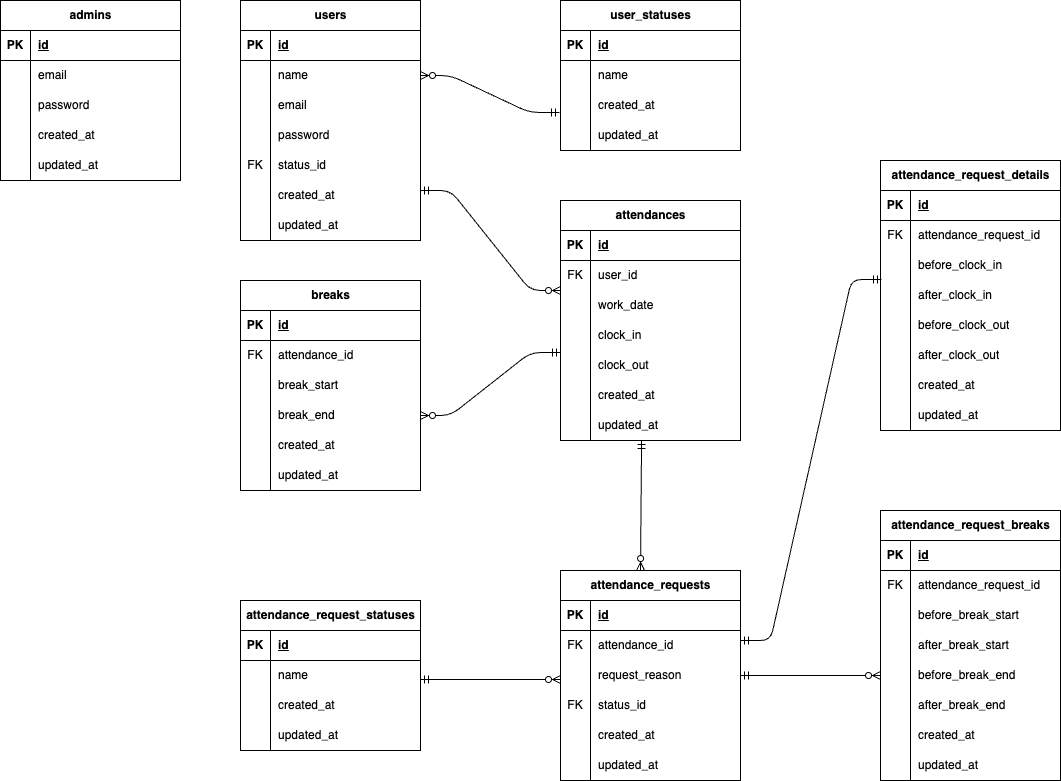
Before: docs/er-diagram.png, a diagram exported from draw.io (yurikoUe/time-attendance-management-app). Source tidied: cells renumbered, new cells last; positions are measured from the earlier drawing's top-left corner, leaving out a move shared by most shapes.
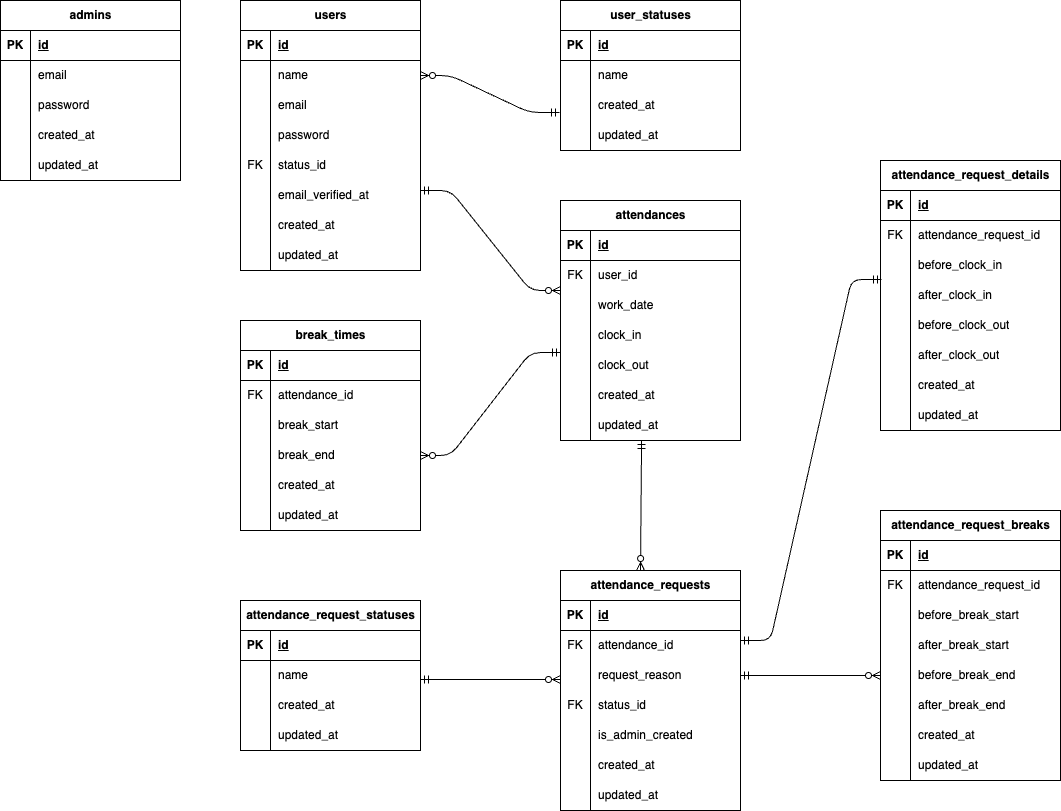
The same diagram one commit later.

Diff of the diagram source:
```diff
@@ -51,7 +51,7 @@
       <mxGeometry x="30" width="150" height="30" as="geometry" />
     </mxCell>
     <mxCell id="18" value="users" style="shape=table;startSize=30;rowLines=0;fontStyle=1;align=center;html=1;" parent="1" vertex="1">
-      <mxGeometry x="240" width="180" height="240" as="geometry" />
+      <mxGeometry x="240" width="180" height="270" as="geometry" />
     </mxCell>
     <mxCell id="19" style="shape=tableRow;horizontal=0;startSize=0;swimlaneHead=0;swimlaneBody=0;fillColor=none;top=0;left=0;right=0;bottom=1;" parent="18" vertex="1">
       <mxGeometry y="30" width="180" height="30" as="geometry" />
@@ -104,7 +104,7 @@
     <mxCell id="35" style="shape=partialRectangle;fillColor=none;top=0;left=0;bottom=0;right=0;overflow=hidden;whiteSpace=wrap;html=1;" parent="34" vertex="1">
       <mxGeometry width="30" height="30" as="geometry" />
     </mxCell>
-    <mxCell id="36" value="created_at" style="shape=partialRectangle;fillColor=none;top=0;left=0;bottom=0;right=0;align=left;spacingLeft=6;overflow=hidden;whiteSpace=wrap;html=1;" parent="34" vertex="1">
+    <mxCell id="36" value="email_verified_at" style="shape=partialRectangle;fillColor=none;top=0;left=0;bottom=0;right=0;align=left;spacingLeft=6;overflow=hidden;whiteSpace=wrap;html=1;" parent="34" vertex="1">
       <mxGeometry x="30" width="150" height="30" as="geometry" />
     </mxCell>
     <mxCell id="37" style="shape=tableRow;horizontal=0;startSize=0;swimlaneHead=0;swimlaneBody=0;fillColor=none;top=0;left=0;right=0;bottom=0;" parent="18" vertex="1">
@@ -113,9 +113,18 @@
     <mxCell id="38" style="shape=partialRectangle;fillColor=none;top=0;left=0;bottom=0;right=0;overflow=hidden;whiteSpace=wrap;html=1;" parent="37" vertex="1">
       <mxGeometry width="30" height="30" as="geometry" />
     </mxCell>
-    <mxCell id="39" value="updated_at" style="shape=partialRectangle;fillColor=none;top=0;left=0;bottom=0;right=0;align=left;spacingLeft=6;overflow=hidden;whiteSpace=wrap;html=1;" parent="37" vertex="1">
+    <mxCell id="39" value="created_at" style="shape=partialRectangle;fillColor=none;top=0;left=0;bottom=0;right=0;align=left;spacingLeft=6;overflow=hidden;whiteSpace=wrap;html=1;" parent="37" vertex="1">
       <mxGeometry x="30" width="150" height="30" as="geometry" />
     </mxCell>
+    <mxCell id="183" style="shape=tableRow;horizontal=0;startSize=0;swimlaneHead=0;swimlaneBody=0;fillColor=none;top=0;left=0;right=0;bottom=0;" parent="18" vertex="1">
+      <mxGeometry y="240" width="180" height="30" as="geometry" />
+    </mxCell>
+    <mxCell id="184" style="shape=partialRectangle;fillColor=none;top=0;left=0;bottom=0;right=0;overflow=hidden;whiteSpace=wrap;html=1;" parent="183" vertex="1">
+      <mxGeometry width="30" height="30" as="geometry" />
+    </mxCell>
+    <mxCell id="185" value="updated_at" style="shape=partialRectangle;fillColor=none;top=0;left=0;bottom=0;right=0;align=left;spacingLeft=6;overflow=hidden;whiteSpace=wrap;html=1;" parent="183" vertex="1">
+      <mxGeometry x="30" width="150" height="30" as="geometry" />
+    </mxCell>
     <mxCell id="40" value="user_statuses" style="shape=table;startSize=30;rowLines=0;fontStyle=1;align=center;html=1;" parent="1" vertex="1">
       <mxGeometry x="560" width="180" height="150" as="geometry" />
     </mxCell>
@@ -221,8 +230,8 @@
     <mxCell id="74" value="updated_at" style="shape=partialRectangle;fillColor=none;top=0;left=0;bottom=0;right=0;align=left;spacingLeft=6;overflow=hidden;whiteSpace=wrap;html=1;" parent="72" vertex="1">
       <mxGeometry x="30" width="150" height="30" as="geometry" />
     </mxCell>
-    <mxCell id="75" value="breaks" style="shape=table;startSize=30;rowLines=0;fontStyle=1;align=center;html=1;" parent="1" vertex="1">
-      <mxGeometry x="240" y="280" width="180" height="210" as="geometry" />
+    <mxCell id="75" value="break_times" style="shape=table;startSize=30;rowLines=0;fontStyle=1;align=center;html=1;" parent="1" vertex="1">
+      <mxGeometry x="240" y="320" width="180" height="210" as="geometry" />
     </mxCell>
     <mxCell id="76" style="shape=tableRow;horizontal=0;startSize=0;swimlaneHead=0;swimlaneBody=0;fillColor=none;top=0;left=0;right=0;bottom=1;" parent="75" vertex="1">
       <mxGeometry y="30" width="180" height="30" as="geometry" />
@@ -279,7 +288,7 @@
       <mxGeometry x="30" width="150" height="30" as="geometry" />
     </mxCell>
     <mxCell id="94" value="attendance_requests" style="shape=table;startSize=30;rowLines=0;fontStyle=1;align=center;html=1;" parent="1" vertex="1">
-      <mxGeometry x="560" y="570" width="180" height="210" as="geometry" />
+      <mxGeometry x="560" y="570" width="180" height="240" as="geometry" />
     </mxCell>
     <mxCell id="95" style="shape=tableRow;horizontal=0;startSize=0;swimlaneHead=0;swimlaneBody=0;fillColor=none;top=0;left=0;right=0;bottom=1;" parent="94" vertex="1">
       <mxGeometry y="30" width="180" height="30" as="geometry" />
@@ -323,7 +332,7 @@
     <mxCell id="108" style="shape=partialRectangle;fillColor=none;top=0;left=0;bottom=0;right=0;overflow=hidden;whiteSpace=wrap;html=1;" parent="107" vertex="1">
       <mxGeometry width="30" height="30" as="geometry" />
     </mxCell>
-    <mxCell id="109" value="created_at" style="shape=partialRectangle;fillColor=none;top=0;left=0;bottom=0;right=0;align=left;spacingLeft=6;overflow=hidden;whiteSpace=wrap;html=1;" parent="107" vertex="1">
+    <mxCell id="109" value="is_admin_created" style="shape=partialRectangle;fillColor=none;top=0;left=0;bottom=0;right=0;align=left;spacingLeft=6;overflow=hidden;whiteSpace=wrap;html=1;" parent="107" vertex="1">
       <mxGeometry x="30" width="150" height="30" as="geometry" />
     </mxCell>
     <mxCell id="110" style="shape=tableRow;horizontal=0;startSize=0;swimlaneHead=0;swimlaneBody=0;fillColor=none;top=0;left=0;right=0;bottom=0;" parent="94" vertex="1">
@@ -332,9 +341,18 @@
     <mxCell id="111" style="shape=partialRectangle;fillColor=none;top=0;left=0;bottom=0;right=0;overflow=hidden;whiteSpace=wrap;html=1;" parent="110" vertex="1">
       <mxGeometry width="30" height="30" as="geometry" />
     </mxCell>
-    <mxCell id="112" value="updated_at" style="shape=partialRectangle;fillColor=none;top=0;left=0;bottom=0;right=0;align=left;spacingLeft=6;overflow=hidden;whiteSpace=wrap;html=1;" parent="110" vertex="1">
+    <mxCell id="112" value="created_at" style="shape=partialRectangle;fillColor=none;top=0;left=0;bottom=0;right=0;align=left;spacingLeft=6;overflow=hidden;whiteSpace=wrap;html=1;" parent="110" vertex="1">
       <mxGeometry x="30" width="150" height="30" as="geometry" />
     </mxCell>
+    <mxCell id="186" style="shape=tableRow;horizontal=0;startSize=0;swimlaneHead=0;swimlaneBody=0;fillColor=none;top=0;left=0;right=0;bottom=0;" parent="94" vertex="1">
+      <mxGeometry y="210" width="180" height="30" as="geometry" />
+    </mxCell>
+    <mxCell id="187" style="shape=partialRectangle;fillColor=none;top=0;left=0;bottom=0;right=0;overflow=hidden;whiteSpace=wrap;html=1;" parent="186" vertex="1">
+      <mxGeometry width="30" height="30" as="geometry" />
+    </mxCell>
+    <mxCell id="188" value="updated_at" style="shape=partialRectangle;fillColor=none;top=0;left=0;bottom=0;right=0;align=left;spacingLeft=6;overflow=hidden;whiteSpace=wrap;html=1;" parent="186" vertex="1">
+      <mxGeometry x="30" width="150" height="30" as="geometry" />
+    </mxCell>
     <mxCell id="113" value="attendance_request_statuses" style="shape=table;startSize=30;rowLines=0;fontStyle=1;align=center;html=1;" parent="1" vertex="1">
       <mxGeometry x="240" y="600" width="180" height="150" as="geometry" />
     </mxCell>
```
